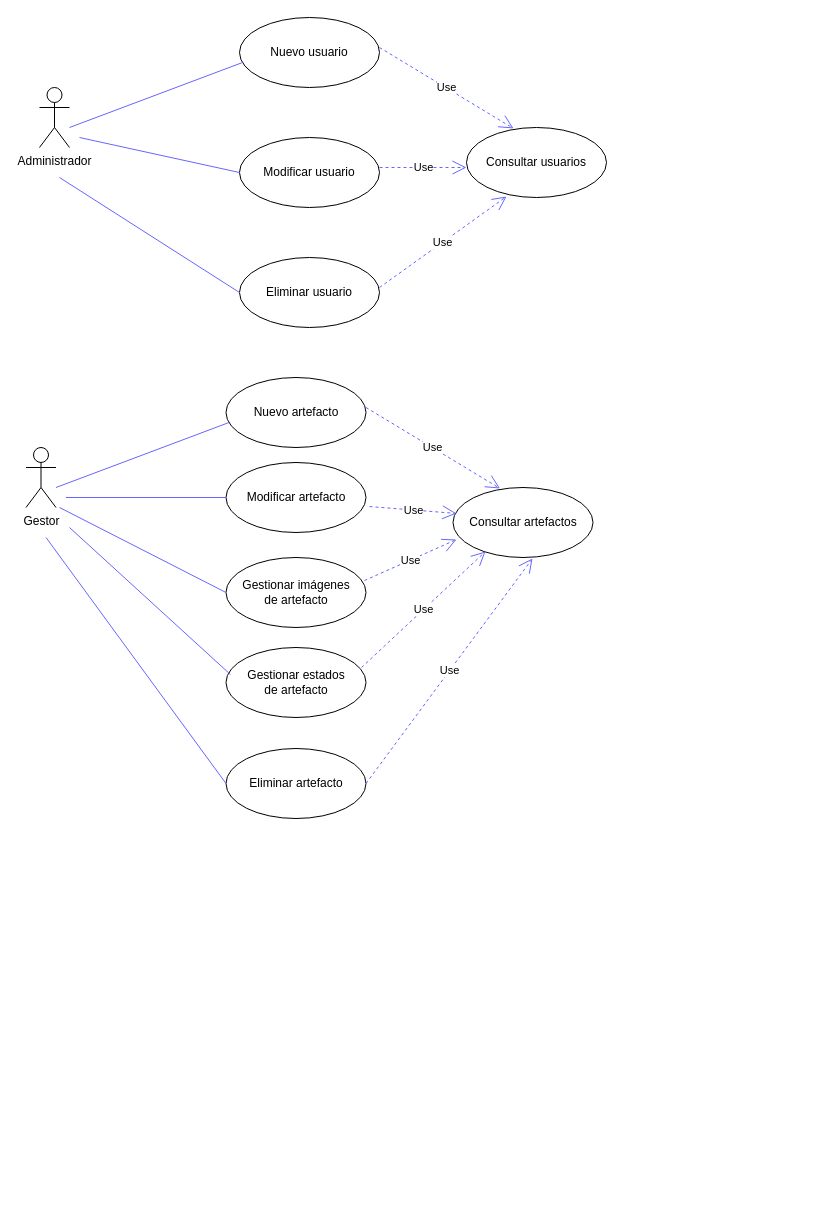
pquella/buscaminas keeps this draw.io diagram as Docu elaborada/CasosDeUso.drawio. Above is the earlier version. Source tidied: cells renumbered, new cells numbered last; positions are measured from the earlier drawing's top-left corner, leaving out a move shared by most shapes. Both pictures are drawn from the tidied source at 100%, with x=0, y=0 at pixel (25, 17).
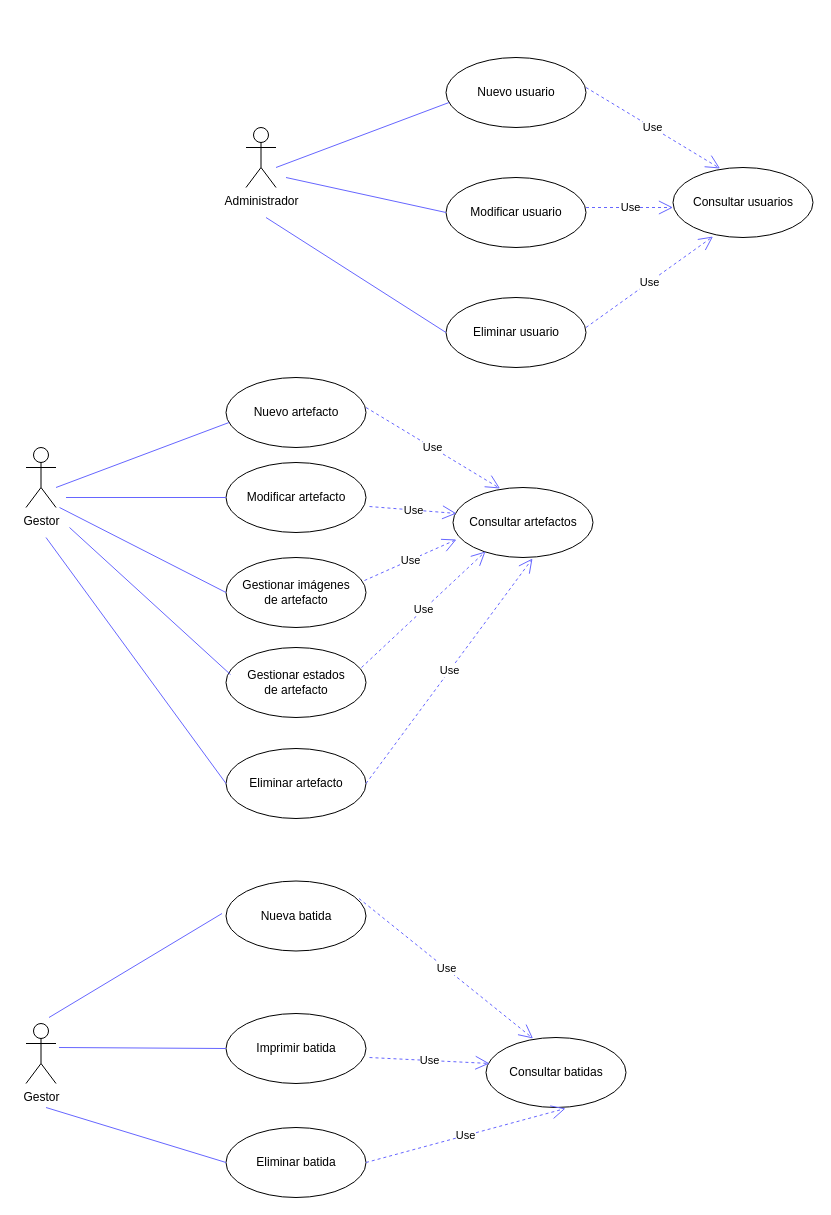
The same page after the edit.

Change to the diagram source:
```diff
@@
     <mxCell id="2" value="Administrador" style="shape=umlActor;verticalLabelPosition=bottom;labelBackgroundColor=#ffffff;verticalAlign=top;html=1;shadow=0;" parent="1" vertex="1">
-      <mxGeometry x="14" y="70" width="30" height="60" as="geometry" />
+      <mxGeometry x="220.5" y="110" width="30" height="60" as="geometry" />
     </mxCell>
     <mxCell id="3" value="Nuevo usuario" style="ellipse;whiteSpace=wrap;html=1;shadow=0;" parent="1" vertex="1">
-      <mxGeometry x="214" width="140" height="70" as="geometry" />
+      <mxGeometry x="420.5" y="40" width="140" height="70" as="geometry" />
     </mxCell>
     <mxCell id="4" value="Modificar usuario" style="ellipse;whiteSpace=wrap;html=1;shadow=0;" parent="1" vertex="1">
-      <mxGeometry x="214" y="120" width="140" height="70" as="geometry" />
+      <mxGeometry x="420.5" y="160" width="140" height="70" as="geometry" />
     </mxCell>
     <mxCell id="5" value="Eliminar usuario" style="ellipse;whiteSpace=wrap;html=1;shadow=0;" parent="1" vertex="1">
-      <mxGeometry x="214" y="240" width="140" height="70" as="geometry" />
+      <mxGeometry x="420.5" y="280" width="140" height="70" as="geometry" />
     </mxCell>
     <mxCell id="6" value="Consultar usuarios" style="ellipse;whiteSpace=wrap;html=1;shadow=0;" parent="1" vertex="1">
-      <mxGeometry x="441" y="110" width="140" height="70" as="geometry" />
+      <mxGeometry x="647.5" y="150" width="140" height="70" as="geometry" />
     </mxCell>
     <mxCell id="7" style="endArrow=none;html=1;strokeColor=#6666FF;" parent="1" edge="1">
       <mxGeometry relative="1" as="geometry">
-        <mxPoint x="44" y="110" as="sourcePoint" />
-        <mxPoint x="217" y="45" as="targetPoint" />
+        <mxPoint x="250.5" y="150" as="sourcePoint" />
+        <mxPoint x="423.5" y="85" as="targetPoint" />
       </mxGeometry>
     </mxCell>
     <mxCell id="8" style="endArrow=none;html=1;strokeColor=#6666FF;entryX=0;entryY=0.5;entryDx=0;entryDy=0;" parent="1" edge="1" target="4">
       <mxGeometry relative="1" as="geometry">
-        <mxPoint x="54" y="120" as="sourcePoint" />
+        <mxPoint x="260.5" y="160" as="sourcePoint" />
       </mxGeometry>
     </mxCell>
     <mxCell id="9" style="endArrow=none;html=1;strokeColor=#6666FF;entryX=0;entryY=0.5;entryDx=0;entryDy=0;" parent="1" edge="1" target="5">
       <mxGeometry relative="1" as="geometry">
-        <mxPoint x="34" y="160" as="sourcePoint" />
+        <mxPoint x="240.5" y="200" as="sourcePoint" />
       </mxGeometry>
     </mxCell>
     <mxCell id="10" value="Use" style="endArrow=open;endSize=12;dashed=1;html=1;strokeColor=#6666FF;entryX=0.336;entryY=0.014;entryDx=0;entryDy=0;entryPerimeter=0;" parent="1" edge="1" target="6">
       <mxGeometry relative="1" as="geometry">
-        <mxPoint x="354" y="30" as="sourcePoint" />
+        <mxPoint x="560.5" y="70" as="sourcePoint" />
       </mxGeometry>
     </mxCell>
     <mxCell id="11" value="Use" style="endArrow=open;endSize=12;dashed=1;html=1;strokeColor=#6666FF;" parent="1" edge="1">
       <mxGeometry relative="1" as="geometry">
-        <mxPoint x="354" y="150" as="sourcePoint" />
-        <mxPoint x="441" y="150" as="targetPoint" />
+        <mxPoint x="560.5" y="190" as="sourcePoint" />
+        <mxPoint x="647.5" y="190" as="targetPoint" />
       </mxGeometry>
     </mxCell>
     <mxCell id="12" value="Use" style="endArrow=open;endSize=12;dashed=1;html=1;strokeColor=#6666FF;entryX=0.286;entryY=0.986;entryDx=0;entryDy=0;entryPerimeter=0;" parent="1" edge="1" target="6">
       <mxGeometry relative="1" as="geometry">
-        <mxPoint x="354" y="270" as="sourcePoint" />
+        <mxPoint x="560.5" y="310" as="sourcePoint" />
       </mxGeometry>
     </mxCell>
@@
+    <mxCell id="30" value="Gestor" style="shape=umlActor;verticalLabelPosition=bottom;labelBackgroundColor=#ffffff;verticalAlign=top;html=1;shadow=0;" parent="1" vertex="1">
+      <mxGeometry x="0.5" y="1006" width="30" height="60" as="geometry" />
+    </mxCell>
+    <mxCell id="31" value="Nueva batida" style="ellipse;whiteSpace=wrap;html=1;shadow=0;" parent="1" vertex="1">
+      <mxGeometry x="200.5" y="863.5" width="140" height="70" as="geometry" />
+    </mxCell>
+    <mxCell id="32" value="Imprimir batida" style="ellipse;whiteSpace=wrap;html=1;shadow=0;" parent="1" vertex="1">
+      <mxGeometry x="200.5" y="996" width="140" height="70" as="geometry" />
+    </mxCell>
+    <mxCell id="33" value="Eliminar batida" style="ellipse;whiteSpace=wrap;html=1;shadow=0;" parent="1" vertex="1">
+      <mxGeometry x="200.5" y="1110" width="140" height="70" as="geometry" />
+    </mxCell>
+    <mxCell id="34" value="Consultar batidas" style="ellipse;whiteSpace=wrap;html=1;shadow=0;" parent="1" vertex="1">
+      <mxGeometry x="460.5" y="1020" width="140" height="70" as="geometry" />
+    </mxCell>
+    <mxCell id="35" style="endArrow=none;html=1;strokeColor=#6666FF;" parent="1" edge="1">
+      <mxGeometry relative="1" as="geometry">
+        <mxPoint x="23.5" y="1000" as="sourcePoint" />
+        <mxPoint x="196.5" y="896" as="targetPoint" />
+      </mxGeometry>
+    </mxCell>
+    <mxCell id="36" style="endArrow=none;html=1;strokeColor=#6666FF;entryX=0;entryY=0.5;entryDx=0;entryDy=0;" parent="1" edge="1" target="32">
+      <mxGeometry relative="1" as="geometry">
+        <mxPoint x="33.5" y="1030" as="sourcePoint" />
+      </mxGeometry>
+    </mxCell>
+    <mxCell id="37" style="endArrow=none;html=1;strokeColor=#6666FF;entryX=0;entryY=0.5;entryDx=0;entryDy=0;" parent="1" edge="1" target="33">
+      <mxGeometry relative="1" as="geometry">
+        <mxPoint x="20.5" y="1090" as="sourcePoint" />
+      </mxGeometry>
+    </mxCell>
+    <mxCell id="38" value="Use" style="endArrow=open;endSize=12;dashed=1;html=1;strokeColor=#6666FF;entryX=0.336;entryY=0.014;entryDx=0;entryDy=0;entryPerimeter=0;" parent="1" edge="1" target="34">
+      <mxGeometry relative="1" as="geometry">
+        <mxPoint x="333.5" y="881" as="sourcePoint" />
+      </mxGeometry>
+    </mxCell>
+    <mxCell id="39" value="Use" style="endArrow=open;endSize=12;dashed=1;html=1;strokeColor=#6666FF;exitX=1.025;exitY=0.629;exitDx=0;exitDy=0;exitPerimeter=0;entryX=0.025;entryY=0.371;entryDx=0;entryDy=0;entryPerimeter=0;" parent="1" edge="1" source="32" target="34">
+      <mxGeometry relative="1" as="geometry" />
+    </mxCell>
+    <mxCell id="40" value="Use" style="endArrow=open;endSize=12;dashed=1;html=1;strokeColor=#6666FF;entryX=0.568;entryY=1.014;entryDx=0;entryDy=0;entryPerimeter=0;exitX=1;exitY=0.5;exitDx=0;exitDy=0;" parent="1" edge="1" source="33" target="34">
+      <mxGeometry relative="1" as="geometry" />
+    </mxCell>
```
